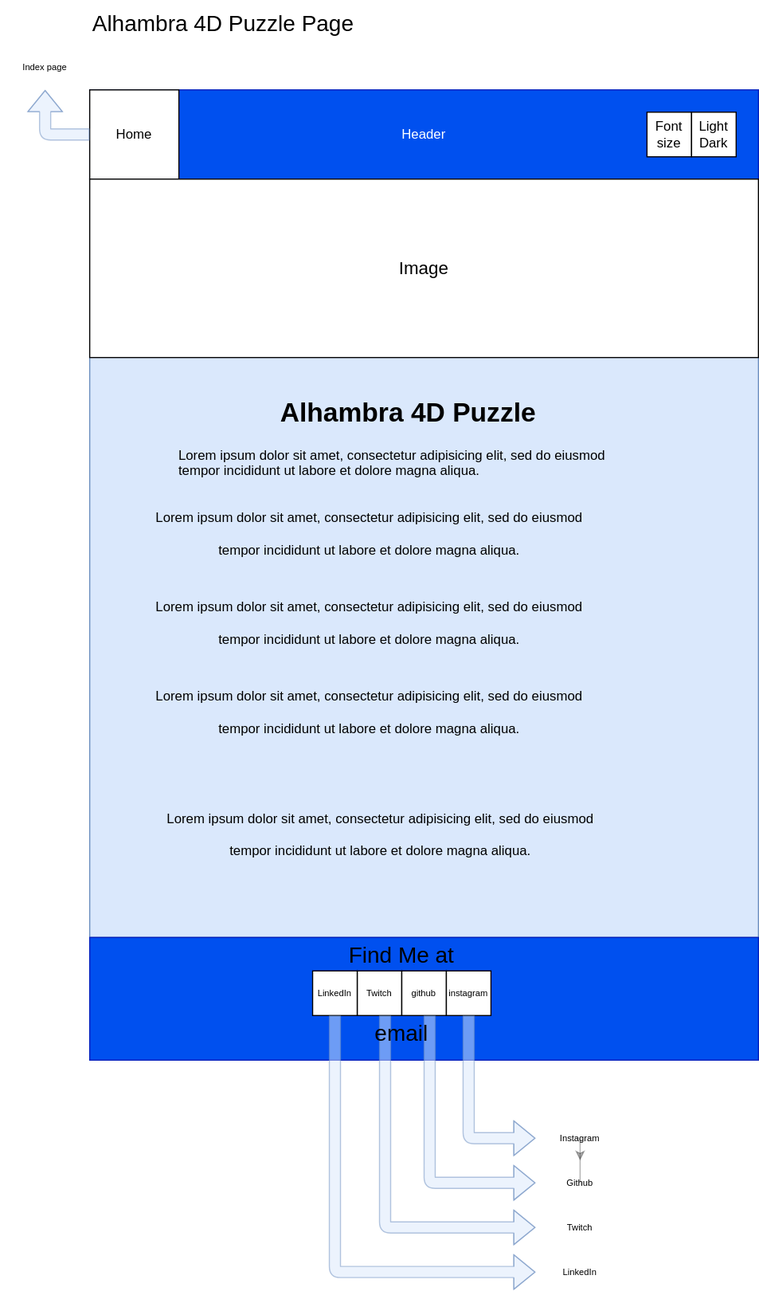
Earlier version of the draw.io export Assets/Diagrams/Wireframe-Puzzle.svg (louie-jones-strong/louie-jones-strong.github.io). Source tidied: cells renumbered, new cells last; positions are measured from the earlier drawing's top-left corner, leaving out a move shared by most shapes.
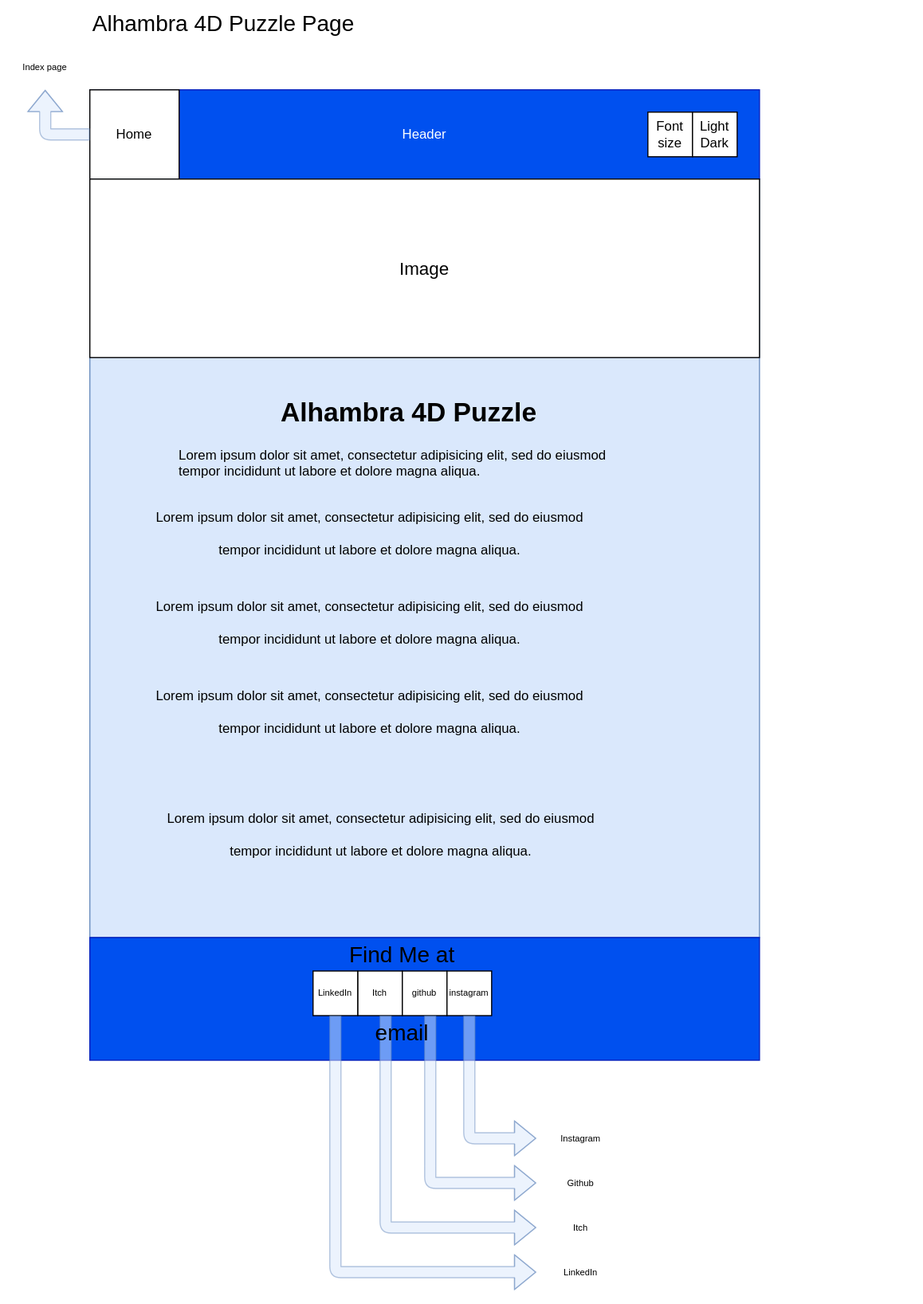
After the change.

Commit message:
Image Borders added. Twitch changed to Itch.

Change to the diagram source:
```diff
@@ -36,7 +36,7 @@
     <mxCell id="11" style="rounded=0;whiteSpace=wrap;html=1;labelPosition=center;verticalLabelPosition=middle;align=center;verticalAlign=middle;fillColor=#0050ef;strokeColor=#001DBC;fontColor=#ffffff;" parent="1" vertex="1">
       <mxGeometry x="80" y="840" width="600" height="110" as="geometry" />
     </mxCell>
-    <mxCell id="12" value="Twitch" style="rounded=0;whiteSpace=wrap;html=1;fontSize=8;align=center;" parent="1" vertex="1">
+    <mxCell id="12" value="Itch" style="rounded=0;whiteSpace=wrap;html=1;fontSize=8;align=center;" parent="1" vertex="1">
       <mxGeometry x="320" y="870" width="40" height="40" as="geometry" />
     </mxCell>
     <mxCell id="13" value="github" style="rounded=0;whiteSpace=wrap;html=1;fontSize=8;align=center;" parent="1" vertex="1">
@@ -51,9 +51,6 @@
     <mxCell id="16" value="LinkedIn" style="rounded=0;whiteSpace=wrap;html=1;fontSize=8;align=center;" parent="1" vertex="1">
       <mxGeometry x="280" y="870" width="40" height="40" as="geometry" />
     </mxCell>
-    <mxCell id="17" style="edgeStyle=orthogonalEdgeStyle;rounded=0;jettySize=auto;html=1;exitX=0.5;exitY=1;exitDx=0;exitDy=0;labelBackgroundColor=none;fontSize=8;fillColor=#ffffff;opacity=30;" parent="1" edge="1" source="18" target="23">
-      <mxGeometry relative="1" as="geometry" />
-    </mxCell>
     <mxCell id="18" value="Instagram" style="text;html=1;strokeColor=none;fillColor=none;align=center;verticalAlign=middle;whiteSpace=wrap;rounded=0;fontSize=8;" parent="1" vertex="1">
       <mxGeometry x="480" y="1000" width="80" height="40" as="geometry" />
     </mxCell>
@@ -92,7 +89,7 @@
     <mxCell id="23" value="Github" style="text;html=1;strokeColor=none;fillColor=none;align=center;verticalAlign=middle;whiteSpace=wrap;rounded=0;fontSize=8;" parent="1" vertex="1">
       <mxGeometry x="480" y="1040" width="80" height="40" as="geometry" />
     </mxCell>
-    <mxCell id="24" value="Twitch" style="text;html=1;strokeColor=none;fillColor=none;align=center;verticalAlign=middle;whiteSpace=wrap;rounded=0;fontSize=8;" parent="1" vertex="1">
+    <mxCell id="24" value="Itch" style="text;html=1;strokeColor=none;fillColor=none;align=center;verticalAlign=middle;whiteSpace=wrap;rounded=0;fontSize=8;" parent="1" vertex="1">
       <mxGeometry x="480" y="1080" width="80" height="40" as="geometry" />
     </mxCell>
     <mxCell id="25" value="LinkedIn" style="text;html=1;strokeColor=none;fillColor=none;align=center;verticalAlign=middle;whiteSpace=wrap;rounded=0;fontSize=8;" parent="1" vertex="1">
```
